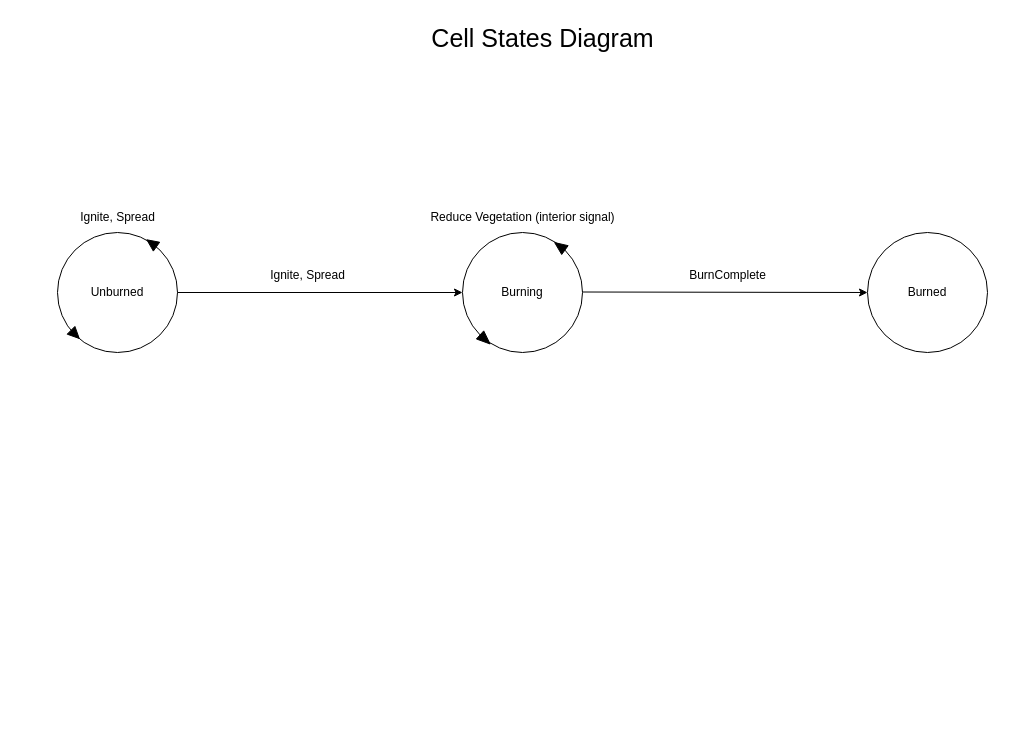
The draw.io diagram page "States Diagram" (4 of 6) of fire_simulation.drawio in Pau-FIB/Fire_simulation, before the edit. Source tidied: cells renumbered, new cells numbered last; positions are measured from the earlier drawing's top-left corner, leaving out a move shared by most shapes. Both pictures are drawn from the tidied source at 100%, with x=0, y=0 at pixel (57, 17).
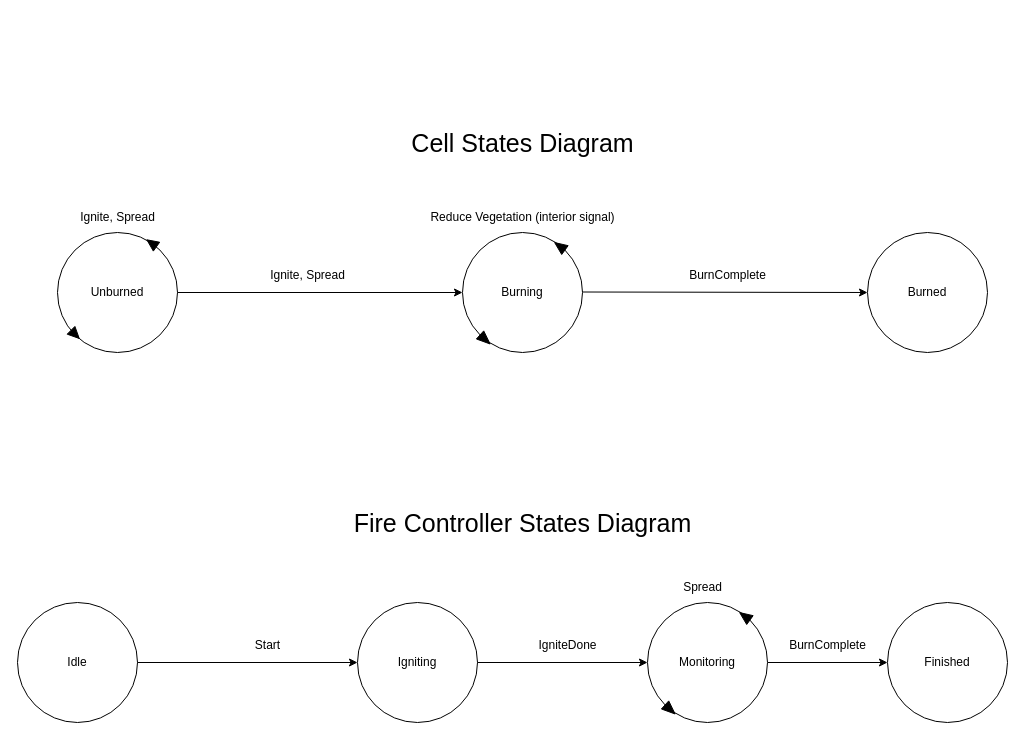
The same page after the edit.

Change to the diagram source:
```diff
@@
     <mxCell id="7" value="&lt;div&gt;&lt;font style=&quot;font-size: 25px;&quot;&gt;Cell States Diagram&lt;/font&gt;&lt;/div&gt;" style="text;html=1;align=center;verticalAlign=middle;strokeColor=none;fillColor=none;" parent="1" vertex="1">
-      <mxGeometry x="365" width="240" height="40" as="geometry" />
+      <mxGeometry x="345" y="105" width="240" height="40" as="geometry" />
     </mxCell>
@@
+    <mxCell id="16" value="Idle" style="ellipse;whiteSpace=wrap;html=1;" parent="1" vertex="1">
+      <mxGeometry x="-40" y="585" width="120" height="120" as="geometry" />
+    </mxCell>
+    <mxCell id="17" value="Igniting" style="ellipse;whiteSpace=wrap;html=1;" parent="1" vertex="1">
+      <mxGeometry x="300" y="585" width="120" height="120" as="geometry" />
+    </mxCell>
+    <mxCell id="18" style="endArrow=classic;html=1;rounded=0;entryX=0;entryY=0.5;entryDx=0;entryDy=0;" parent="1" edge="1" target="17">
+      <mxGeometry relative="1" as="geometry">
+        <mxPoint x="80" y="645" as="sourcePoint" />
+      </mxGeometry>
+    </mxCell>
+    <mxCell id="19" style="endArrow=classic;html=1;rounded=0;entryX=0;entryY=0.5;entryDx=0;entryDy=0;exitX=1;exitY=0.5;exitDx=0;exitDy=0;" parent="1" edge="1" source="17" target="25">
+      <mxGeometry relative="1" as="geometry" />
+    </mxCell>
+    <mxCell id="20" value="Start" style="text;html=1;align=center;verticalAlign=middle;strokeColor=none;fillColor=none;" parent="1" vertex="1">
+      <mxGeometry x="185" y="613" width="50" height="30" as="geometry" />
+    </mxCell>
+    <mxCell id="21" value="IgniteDone" style="text;html=1;align=center;verticalAlign=middle;strokeColor=none;fillColor=none;" parent="1" vertex="1">
+      <mxGeometry x="470" y="613" width="80" height="30" as="geometry" />
+    </mxCell>
+    <mxCell id="22" value="Spread" style="text;html=1;align=center;verticalAlign=middle;strokeColor=none;fillColor=none;" parent="1" vertex="1">
+      <mxGeometry x="615" y="555" width="60" height="30" as="geometry" />
+    </mxCell>
+    <mxCell id="23" value="Finished" style="ellipse;whiteSpace=wrap;html=1;" parent="1" vertex="1">
+      <mxGeometry x="830" y="585" width="120" height="120" as="geometry" />
+    </mxCell>
+    <mxCell id="24" style="endArrow=classic;html=1;rounded=0;entryX=0;entryY=0.5;entryDx=0;entryDy=0;exitX=1;exitY=0.5;exitDx=0;exitDy=0;" parent="1" edge="1" source="25" target="23">
+      <mxGeometry relative="1" as="geometry" />
+    </mxCell>
+    <mxCell id="25" value="Monitoring" style="ellipse;whiteSpace=wrap;html=1;" parent="1" vertex="1">
+      <mxGeometry x="590" y="585" width="120" height="120" as="geometry" />
+    </mxCell>
+    <mxCell id="26" style="shape=mxgraph.arrows2.wedgeArrow;html=1;startWidth=5.454545454545453;fillColor=strokeColor;defaultFillColor=invert;defaultGradientColor=invert;rounded=0;entryX=0.768;entryY=0.084;entryDx=0;entryDy=0;entryPerimeter=0;exitX=1;exitY=0;exitDx=0;exitDy=0;" parent="1" edge="1" source="25" target="25">
+      <mxGeometry relative="1" as="geometry" />
+    </mxCell>
+    <mxCell id="27" style="shape=mxgraph.arrows2.wedgeArrow;html=1;startWidth=5.454545454545453;fillColor=strokeColor;defaultFillColor=invert;defaultGradientColor=invert;rounded=0;entryX=0.23;entryY=0.929;entryDx=0;entryDy=0;entryPerimeter=0;exitX=0;exitY=1;exitDx=0;exitDy=0;" parent="1" edge="1" source="25" target="25">
+      <mxGeometry relative="1" as="geometry" />
+    </mxCell>
+    <mxCell id="28" value="BurnComplete" style="text;html=1;align=center;verticalAlign=middle;strokeColor=none;fillColor=none;" parent="1" vertex="1">
+      <mxGeometry x="720" y="613" width="100" height="30" as="geometry" />
+    </mxCell>
+    <mxCell id="29" value="&lt;div&gt;&lt;font style=&quot;font-size: 25px;&quot;&gt;Fire Controller States Diagram&lt;/font&gt;&lt;/div&gt;" style="text;html=1;align=center;verticalAlign=middle;strokeColor=none;fillColor=none;" parent="1" vertex="1">
+      <mxGeometry x="285" y="485" width="360" height="40" as="geometry" />
+    </mxCell>
```
